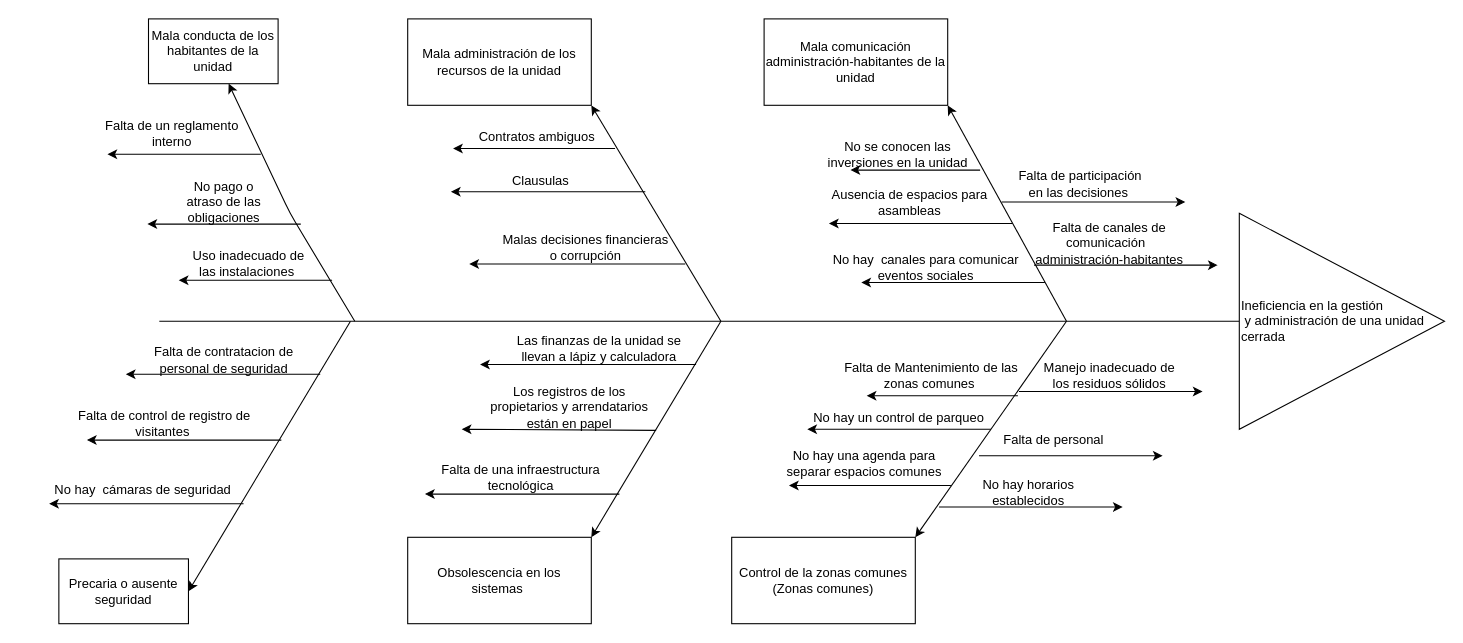
This is Fishbone.drawio from mnivia/Administracion-unidades-cerradas, a draw.io file, before an edit. Source tidied: cells renumbered, new cells numbered last; positions are measured from the earlier drawing's top-left corner, leaving out a move shared by most shapes. Both pictures are drawn from the tidied source at 108%, with x=0, y=0 at pixel (18, 18).
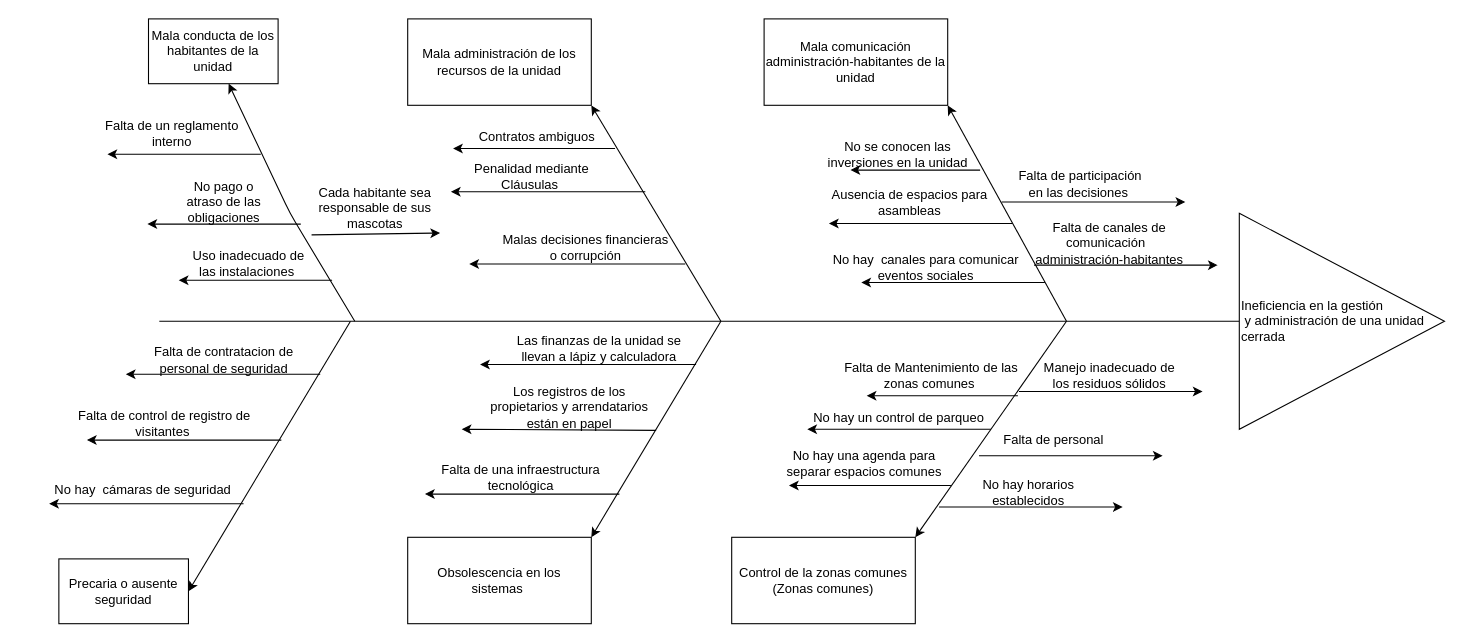
Above is the later version.

Change to the diagram source:
```diff
@@
-    <mxCell id="19" value="Clausulas&amp;nbsp;" style="text;html=1;strokeColor=none;fillColor=none;align=center;verticalAlign=middle;whiteSpace=wrap;rounded=0;" parent="1" vertex="1">
-      <mxGeometry x="410" y="140" width="150" height="20" as="geometry" />
+    <mxCell id="19" value="Penalidad mediante Cláusulas&amp;nbsp;" style="text;html=1;strokeColor=none;fillColor=none;align=center;verticalAlign=middle;whiteSpace=wrap;rounded=0;" parent="1" vertex="1">
+      <mxGeometry x="400" y="136" width="150" height="20" as="geometry" />
     </mxCell>
@@
+    <mxCell id="62" style="endArrow=classic;html=1;" parent="1" edge="1">
+      <mxGeometry relative="1" as="geometry">
+        <mxPoint x="271" y="200" as="sourcePoint" />
+        <mxPoint x="390" y="198.3" as="targetPoint" />
+      </mxGeometry>
+    </mxCell>
+    <mxCell id="63" value="Cada habitante sea responsable de sus mascotas&lt;br&gt;" style="text;html=1;strokeColor=none;fillColor=none;align=center;verticalAlign=middle;whiteSpace=wrap;rounded=0;" parent="1" vertex="1">
+      <mxGeometry x="260" y="160" width="140" height="30" as="geometry" />
+    </mxCell>
```
